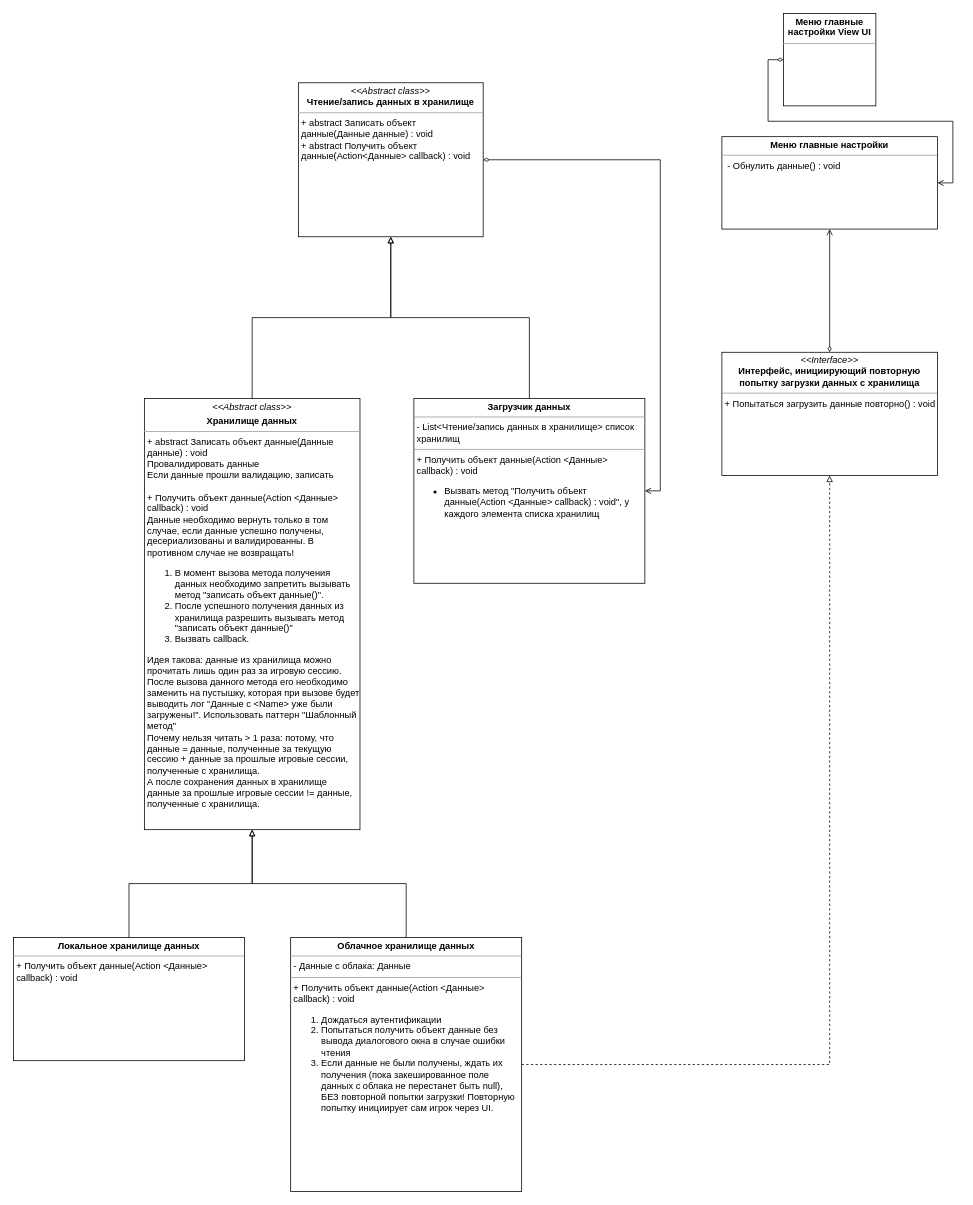
The draw.io diagram Документация/Проектирование кода/Работа с данными/Загрузчик данных UML.drawio in PurposeTo/JumpingDreamer, before the edit. Source tidied: cells renumbered, new cells numbered last; positions are measured from the earlier drawing's top-left corner, leaving out a move shared by most shapes. Both pictures are drawn from the tidied source at 77%, with x=0, y=0 at pixel (13, 13).
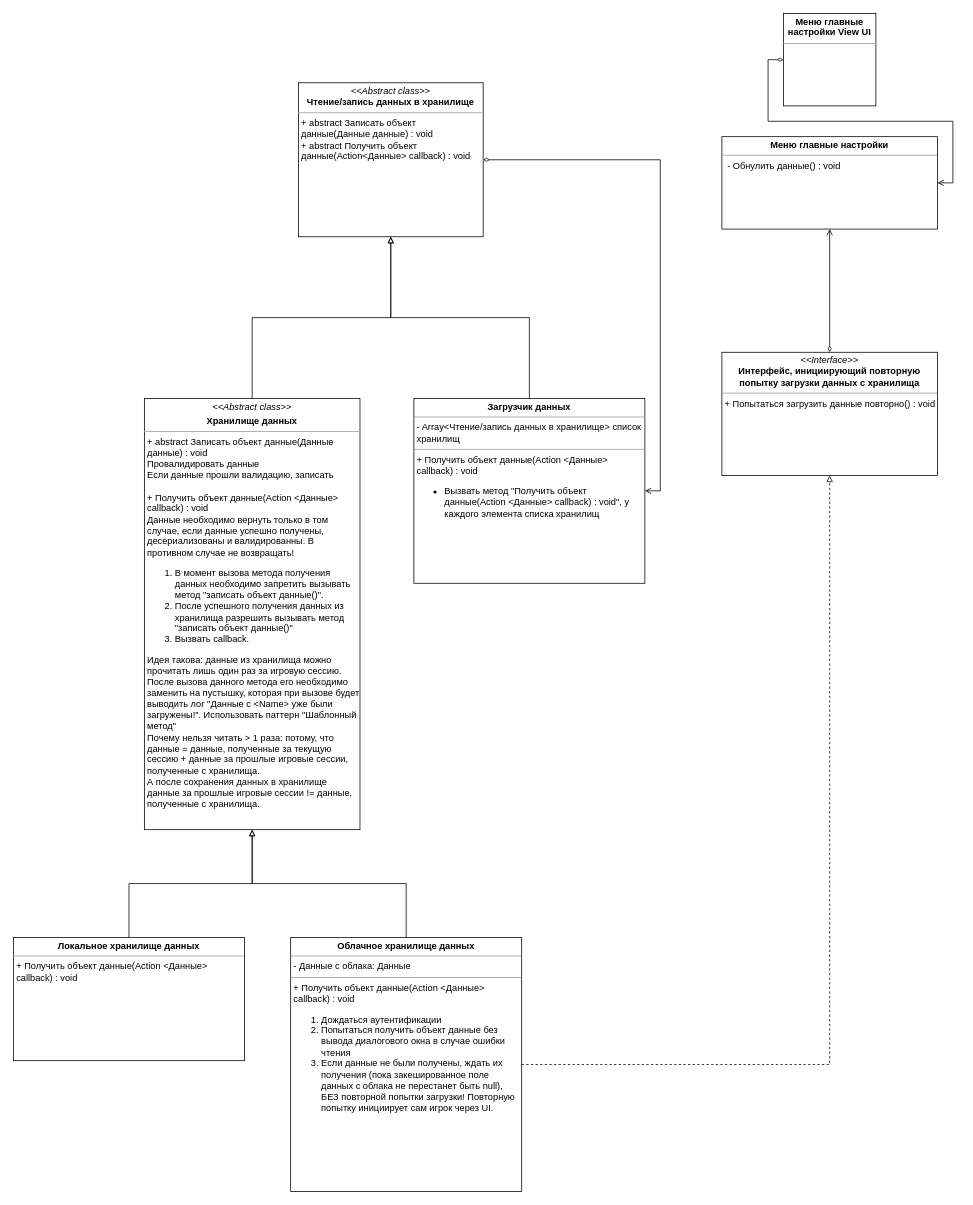
The same page after the edit.

The edit, as a diff of the source:
```diff
@@
 <mxGraphModel>
   <root>
     <mxCell id="0" />
     <mxCell id="1" parent="0" />
     <mxCell id="2" style="edgeStyle=orthogonalEdgeStyle;rounded=0;orthogonalLoop=1;jettySize=auto;html=1;exitX=0.5;exitY=0;exitDx=0;exitDy=0;entryX=0.5;entryY=1;entryDx=0;entryDy=0;startArrow=none;startFill=0;endArrow=block;endFill=0;fontSize=14;dashed=1;" parent="1" edge="1">
       <mxGeometry relative="1" as="geometry">
         <mxPoint x="370" y="1250" as="sourcePoint" />
       </mxGeometry>
     </mxCell>
     <mxCell id="3" style="edgeStyle=orthogonalEdgeStyle;rounded=0;jettySize=auto;html=1;exitX=1;exitY=0.5;exitDx=0;exitDy=0;entryX=1;entryY=0.5;entryDx=0;entryDy=0;endArrow=open;endFill=0;startArrow=diamondThin;startFill=0;" parent="1" edge="1" source="13" target="11">
       <mxGeometry relative="1" as="geometry" />
     </mxCell>
     <mxCell id="4" style="edgeStyle=orthogonalEdgeStyle;rounded=0;jettySize=auto;html=1;exitX=0.5;exitY=0;exitDx=0;exitDy=0;startArrow=none;startFill=0;endArrow=block;endFill=0;fontSize=14;entryX=0.5;entryY=1;entryDx=0;entryDy=0;" parent="1" edge="1" source="5" target="13">
       <mxGeometry relative="1" as="geometry" />
     </mxCell>
     <mxCell id="5" value="&lt;p style=&quot;margin: 0px ; margin-top: 4px ; text-align: center&quot;&gt;&lt;i&gt;&amp;lt;&amp;lt;Abstract class&amp;gt;&amp;gt;&lt;/i&gt;&lt;b&gt;&lt;br&gt;&lt;/b&gt;&lt;/p&gt;&lt;p style=&quot;margin: 0px ; margin-top: 4px ; text-align: center&quot;&gt;&lt;b&gt;Хранилище данных&lt;/b&gt;&lt;/p&gt;&lt;hr size=&quot;1&quot;&gt;&lt;p style=&quot;margin: 0px ; margin-left: 4px&quot;&gt;+ abstract&amp;nbsp;Записать объект данные(Данные данные) : void&lt;br&gt;&lt;/p&gt;&lt;p style=&quot;margin: 0px ; margin-left: 4px&quot;&gt;Провалидировать данные&lt;/p&gt;&lt;p style=&quot;margin: 0px ; margin-left: 4px&quot;&gt;Если данные прошли валидацию, записать&lt;/p&gt;&lt;p style=&quot;margin: 0px ; margin-left: 4px&quot;&gt;&lt;br&gt;&lt;/p&gt;&lt;p style=&quot;margin: 0px ; margin-left: 4px&quot;&gt;+ Получить объект данные(Action &amp;lt;Данные&amp;gt; callback) : void&lt;br&gt;&lt;/p&gt;&lt;p style=&quot;margin: 0px ; margin-left: 4px&quot;&gt;Данные необходимо вернуть только в том случае, если данные успешно получены, десериализованы и валидированны. В противном случае не возвращать!&lt;/p&gt;&lt;ol&gt;&lt;li&gt;В момент вызова метода получения данных необходимо запретить вызывать метод &quot;записать объект данные()&quot;.&lt;/li&gt;&lt;li&gt;После успешного получения данных из хранилища разрешить вызывать метод &quot;записать объект данные()&quot;&lt;/li&gt;&lt;li&gt;Вызвать callback.&lt;/li&gt;&lt;/ol&gt;&lt;div&gt;&lt;p style=&quot;margin: 0px 0px 0px 4px&quot;&gt;Идея такова: данные из хранилища можно прочитать лишь один раз за игровую сессию.&lt;/p&gt;&lt;p style=&quot;margin: 0px 0px 0px 4px&quot;&gt;После вызова данного метода его необходимо заменить на пустышку, которая при вызове будет выводить лог &quot;Данные с &amp;lt;Name&amp;gt; уже были загружены!&quot;. Использовать паттерн &quot;Шаблонный метод&quot;&lt;/p&gt;&lt;p style=&quot;margin: 0px 0px 0px 4px&quot;&gt;Почему нельзя читать &amp;gt; 1 раза: потому, что данные = данные, полученные за текущую сессию + данные за прошлые игровые сессии, полученные с хранилища.&lt;/p&gt;&lt;p style=&quot;margin: 0px 0px 0px 4px&quot;&gt;А после сохранения данных в хранилище данные за прошлые игровые сессии != данные, полученные с хранилища.&lt;/p&gt;&lt;/div&gt;&lt;p&gt;&lt;/p&gt;" style="verticalAlign=top;align=left;overflow=fill;fontSize=12;fontFamily=Helvetica;html=1;whiteSpace=wrap;rounded=0;glass=0;shadow=0;sketch=0;spacingLeft=0;spacing=0;" parent="1" vertex="1">
       <mxGeometry x="170" y="500" width="280" height="560" as="geometry" />
     </mxCell>
     <mxCell id="6" style="edgeStyle=orthogonalEdgeStyle;rounded=0;jettySize=auto;html=1;exitX=0.5;exitY=0;exitDx=0;exitDy=0;entryX=0.5;entryY=1;entryDx=0;entryDy=0;endArrow=block;endFill=0;" parent="1" edge="1" source="8" target="5">
       <mxGeometry relative="1" as="geometry" />
     </mxCell>
     <mxCell id="7" style="edgeStyle=orthogonalEdgeStyle;rounded=0;jettySize=auto;html=1;exitX=1;exitY=0.5;exitDx=0;exitDy=0;entryX=0.5;entryY=1;entryDx=0;entryDy=0;dashed=1;endArrow=block;endFill=0;" parent="1" edge="1" source="8" target="14">
       <mxGeometry relative="1" as="geometry" />
     </mxCell>
     <mxCell id="8" value="&lt;p style=&quot;margin: 4px 0px 0px ; text-align: center&quot;&gt;&lt;b&gt;Облачное хранилище данных&lt;/b&gt;&lt;/p&gt;&lt;hr size=&quot;1&quot;&gt;&lt;p style=&quot;margin: 0px 0px 0px 4px&quot;&gt;- Данные с облака: Данные&lt;/p&gt;&lt;hr size=&quot;1&quot;&gt;&lt;p style=&quot;margin: 0px 0px 0px 4px&quot;&gt;+ Получить объект данные(Action &amp;lt;Данные&amp;gt; callback) : void&lt;/p&gt;&lt;p style=&quot;margin: 0px 0px 0px 4px&quot;&gt;&lt;/p&gt;&lt;ol&gt;&lt;li&gt;Дождаться аутентификации&lt;/li&gt;&lt;li&gt;Попытаться получить объект данные без вывода диалогового окна в случае ошибки чтения&lt;/li&gt;&lt;li&gt;Если данные не были получены, ждать их получения (пока закешированное поле данных с облака не перестанет быть null), БЕЗ повторной попытки загрузки! Повторную попытку инициирует сам игрок через UI.&lt;/li&gt;&lt;/ol&gt;&lt;p&gt;&lt;/p&gt;" style="verticalAlign=top;align=left;overflow=fill;fontSize=12;fontFamily=Helvetica;html=1;whiteSpace=wrap;" parent="1" vertex="1">
       <mxGeometry x="360" y="1200" width="300" height="330" as="geometry" />
     </mxCell>
     <mxCell id="9" style="edgeStyle=orthogonalEdgeStyle;rounded=0;jettySize=auto;html=1;exitX=0.5;exitY=0;exitDx=0;exitDy=0;entryX=0.5;entryY=1;entryDx=0;entryDy=0;endArrow=block;endFill=0;" parent="1" edge="1" source="10" target="5">
       <mxGeometry relative="1" as="geometry" />
     </mxCell>
     <mxCell id="10" value="&lt;p style=&quot;margin: 0px ; margin-top: 4px ; text-align: center&quot;&gt;&lt;b&gt;Локальное хранилище данных&lt;/b&gt;&lt;/p&gt;&lt;hr size=&quot;1&quot;&gt;&lt;p style=&quot;margin: 0px ; margin-left: 4px&quot;&gt;+ Получить объект данные(Action &amp;lt;Данные&amp;gt; callback) : void&lt;br&gt;&lt;/p&gt;&lt;p style=&quot;margin: 0px ; margin-left: 4px&quot;&gt;&lt;br&gt;&lt;/p&gt;&lt;p&gt;&lt;/p&gt;" style="verticalAlign=top;align=left;overflow=fill;fontSize=12;fontFamily=Helvetica;html=1;whiteSpace=wrap;" parent="1" vertex="1">
       <mxGeometry y="1200" width="300" height="160" as="geometry" />
     </mxCell>
-    <mxCell id="11" value="&lt;p style=&quot;margin: 0px ; margin-top: 4px ; text-align: center&quot;&gt;&lt;b&gt;Загрузчик данных&lt;/b&gt;&lt;/p&gt;&lt;hr size=&quot;1&quot;&gt;&lt;p style=&quot;margin: 0px ; margin-left: 4px&quot;&gt;- List&amp;lt;Чтение/запись данных в хранилище&amp;gt; список хранилищ&lt;/p&gt;&lt;hr size=&quot;1&quot;&gt;&lt;p style=&quot;margin: 0px 0px 0px 4px&quot;&gt;+ Получить объект данные(Action &amp;lt;Данные&amp;gt; callback) : void&lt;/p&gt;&lt;ul&gt;&lt;li&gt;&lt;span&gt;Вызвать метод &quot;Получить объект данные(Action &amp;lt;Данные&amp;gt; callback) : void&quot;, у каждого элемента списка хранилищ&lt;/span&gt;&lt;/li&gt;&lt;/ul&gt;&lt;p&gt;&lt;/p&gt;" style="verticalAlign=top;align=left;overflow=fill;fontSize=12;fontFamily=Helvetica;html=1;whiteSpace=wrap;" parent="1" vertex="1">
+    <mxCell id="11" value="&lt;p style=&quot;margin: 0px ; margin-top: 4px ; text-align: center&quot;&gt;&lt;b&gt;Загрузчик данных&lt;/b&gt;&lt;/p&gt;&lt;hr size=&quot;1&quot;&gt;&lt;p style=&quot;margin: 0px ; margin-left: 4px&quot;&gt;- Array&amp;lt;Чтение/запись данных в хранилище&amp;gt; список хранилищ&lt;/p&gt;&lt;hr size=&quot;1&quot;&gt;&lt;p style=&quot;margin: 0px 0px 0px 4px&quot;&gt;+ Получить объект данные(Action &amp;lt;Данные&amp;gt; callback) : void&lt;/p&gt;&lt;ul&gt;&lt;li&gt;&lt;span&gt;Вызвать метод &quot;Получить объект данные(Action &amp;lt;Данные&amp;gt; callback) : void&quot;, у каждого элемента списка хранилищ&lt;/span&gt;&lt;/li&gt;&lt;/ul&gt;&lt;p&gt;&lt;/p&gt;" style="verticalAlign=top;align=left;overflow=fill;fontSize=12;fontFamily=Helvetica;html=1;whiteSpace=wrap;" parent="1" vertex="1">
       <mxGeometry x="520" y="500" width="300" height="240" as="geometry" />
     </mxCell>
     <mxCell id="12" style="edgeStyle=orthogonalEdgeStyle;rounded=0;jettySize=auto;html=1;exitX=0.5;exitY=0;exitDx=0;exitDy=0;entryX=0.5;entryY=1;entryDx=0;entryDy=0;startArrow=none;startFill=0;endArrow=block;endFill=0;fontSize=14;" parent="1" edge="1" source="11" target="13">
       <mxGeometry relative="1" as="geometry" />
     </mxCell>
     <mxCell id="13" value="&lt;p style=&quot;margin: 0px ; margin-top: 4px ; text-align: center&quot;&gt;&lt;i&gt;&amp;lt;&amp;lt;&lt;/i&gt;&lt;i&gt;Abstract class&lt;/i&gt;&lt;i&gt;&amp;gt;&amp;gt;&lt;/i&gt;&lt;br&gt;&lt;b&gt;Чтение/запись данных в хранилище&lt;/b&gt;&lt;/p&gt;&lt;hr size=&quot;1&quot;&gt;&lt;p style=&quot;margin: 0px ; margin-left: 4px&quot;&gt;+ abstract&amp;nbsp;&lt;span&gt;Записать объект данные(Данные данные) : void&lt;/span&gt;&lt;br&gt;+ abstract Получить объект данные(Action&amp;lt;Данные&amp;gt; callback) : void&lt;/p&gt;" style="verticalAlign=top;align=left;overflow=fill;fontSize=12;fontFamily=Helvetica;html=1;whiteSpace=wrap;" parent="1" vertex="1">
       <mxGeometry x="370" y="90" width="240" height="200" as="geometry" />
     </mxCell>
     <mxCell id="14" value="&lt;p style=&quot;margin: 0px ; margin-top: 4px ; text-align: center&quot;&gt;&lt;i&gt;&amp;lt;&amp;lt;Interface&amp;gt;&amp;gt;&lt;/i&gt;&lt;br&gt;&lt;b&gt;Интерфейс, инициирующий повторную попытку загрузки данных с хранилища&lt;/b&gt;&lt;/p&gt;&lt;hr size=&quot;1&quot;&gt;&lt;p style=&quot;margin: 0px ; margin-left: 4px&quot;&gt;+ Попытаться загрузить данные повторно() : void&lt;/p&gt;" style="verticalAlign=top;align=left;overflow=fill;fontSize=12;fontFamily=Helvetica;html=1;whiteSpace=wrap;" parent="1" vertex="1">
       <mxGeometry x="920" y="440" width="280" height="160" as="geometry" />
     </mxCell>
     <mxCell id="15" value="&lt;p style=&quot;margin: 0px ; margin-top: 4px ; text-align: center&quot;&gt;&lt;b&gt;Меню главные настройки View UI&lt;/b&gt;&lt;/p&gt;&lt;hr size=&quot;1&quot;&gt;&lt;div style=&quot;height: 2px&quot;&gt;&lt;br&gt;&lt;/div&gt;" style="verticalAlign=top;align=left;overflow=fill;fontSize=12;fontFamily=Helvetica;html=1;whiteSpace=wrap;" parent="1" vertex="1">
       <mxGeometry x="1000" width="120" height="120" as="geometry" />
     </mxCell>
     <mxCell id="16" style="edgeStyle=orthogonalEdgeStyle;rounded=0;jettySize=auto;html=1;exitX=0;exitY=0.5;exitDx=0;exitDy=0;startArrow=diamondThin;startFill=0;endArrow=open;endFill=0;entryX=1;entryY=0.5;entryDx=0;entryDy=0;" parent="1" edge="1" source="15" target="17">
       <mxGeometry relative="1" as="geometry" />
     </mxCell>
     <mxCell id="17" value="&lt;p style=&quot;margin: 0px ; margin-top: 4px ; text-align: center&quot;&gt;&lt;b&gt;Меню главные настройки&lt;/b&gt;&lt;/p&gt;&lt;hr size=&quot;1&quot;&gt;&lt;p style=&quot;margin: 0px ; margin-left: 4px&quot;&gt;&lt;span&gt;&amp;nbsp;- Обнулить данные() : void&lt;/span&gt;&lt;br&gt;&lt;/p&gt;" style="verticalAlign=top;align=left;overflow=fill;fontSize=12;fontFamily=Helvetica;html=1;whiteSpace=wrap;" parent="1" vertex="1">
       <mxGeometry x="920" y="160" width="280" height="120" as="geometry" />
     </mxCell>
     <mxCell id="18" style="edgeStyle=orthogonalEdgeStyle;rounded=0;jettySize=auto;html=1;exitX=0.5;exitY=0;exitDx=0;exitDy=0;entryX=0.5;entryY=1;entryDx=0;entryDy=0;startArrow=diamondThin;startFill=0;endArrow=open;endFill=0;" parent="1" edge="1" source="14" target="17">
       <mxGeometry relative="1" as="geometry" />
     </mxCell>
   </root>
 </mxGraphModel>
```
